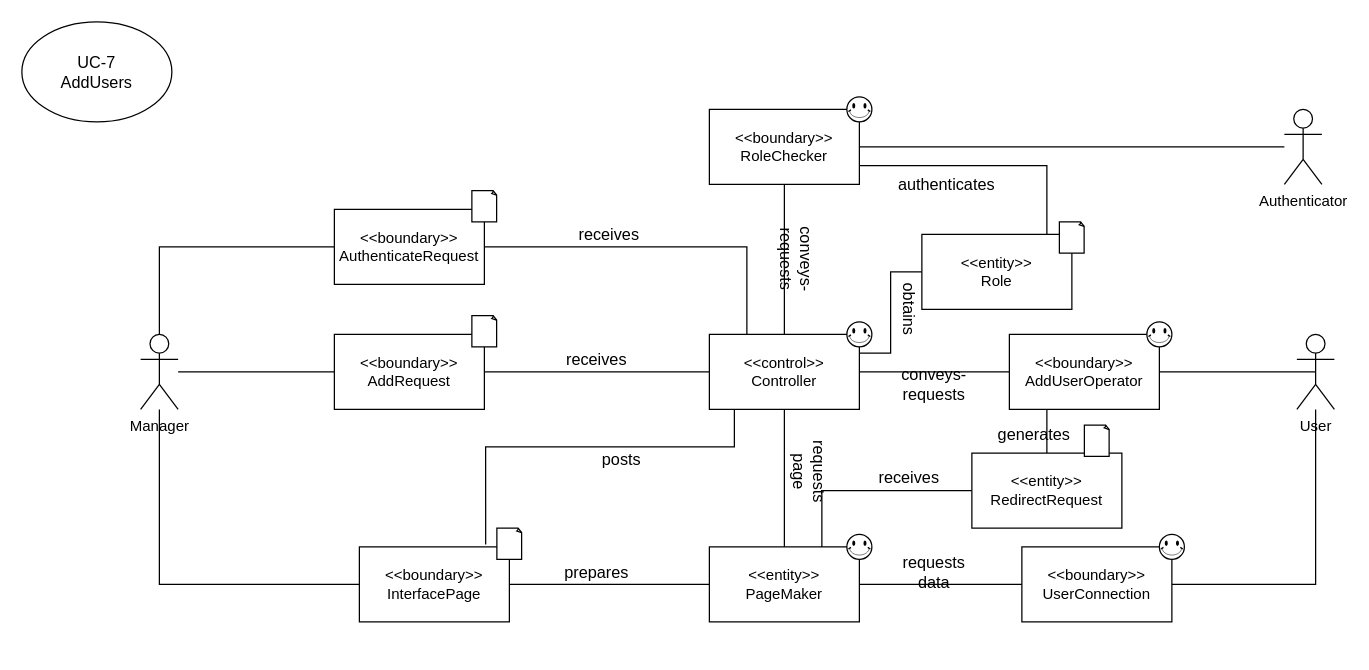
Before: docs/SubgroupB_management/domainmodel/d7 adduser.drawio in cau-sw-engineering-2021/online-pizza-ordering-system, a draw.io diagram. Source tidied: cells renumbered, new cells numbered last; positions are measured from the earlier drawing's top-left corner, leaving out a move shared by most shapes. Both pictures are drawn from the tidied source at 125%, with x=0, y=0 at pixel (21, 21).
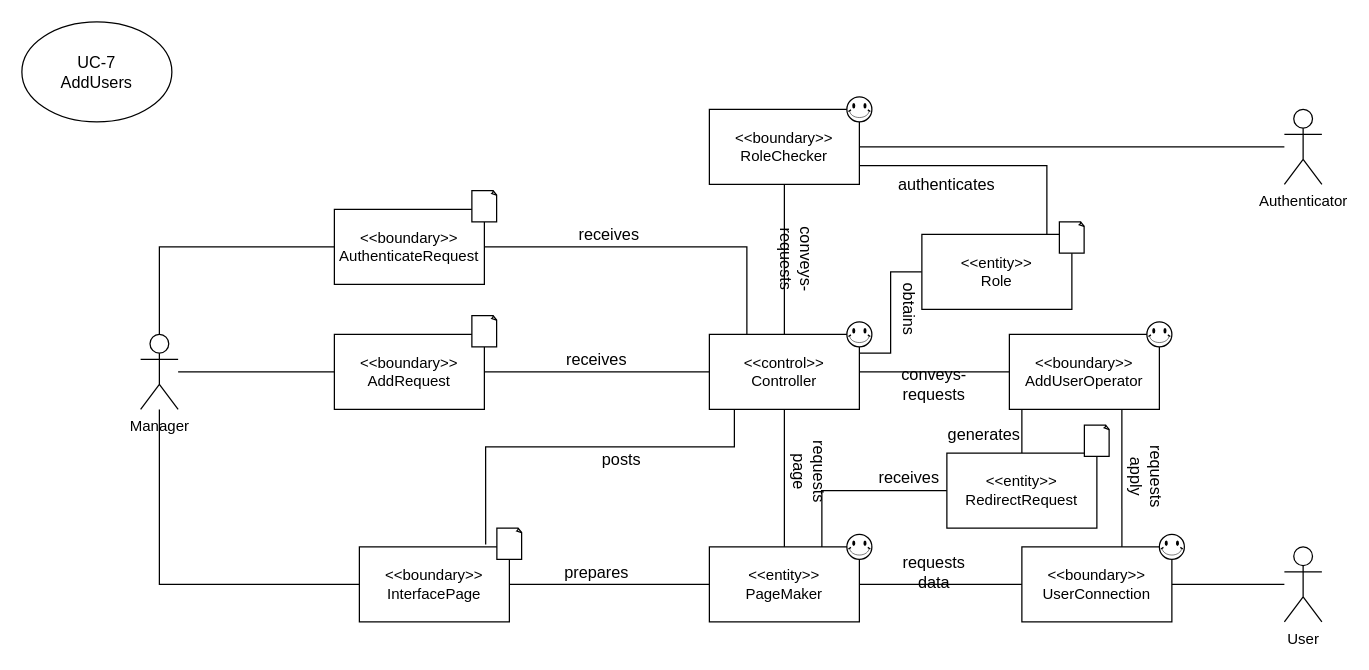
The same page after the edit.

The change refers to these unchanged cells:
```xml
<mxCell id="4" value="&amp;lt;&amp;lt;boundary&amp;gt;&amp;gt;&lt;br&gt;AddUserOperator" style="rounded=0;whiteSpace=wrap;html=1;" parent="1" vertex="1">
  <mxGeometry x="790" y="250" width="120" height="60" as="geometry" />
</mxCell>
<mxCell id="8" value="&amp;lt;&amp;lt;boundary&amp;gt;&amp;gt;&lt;br&gt;UserConnection" style="rounded=0;whiteSpace=wrap;html=1;" parent="1" vertex="1">
  <mxGeometry x="800" y="420" width="120" height="60" as="geometry" />
</mxCell>
```

What changed in the source:
```diff
@@
-    <mxCell id="2" style="edgeStyle=orthogonalEdgeStyle;rounded=0;jettySize=auto;html=1;entryX=0.5;entryY=0.5;entryDx=0;entryDy=0;entryPerimeter=0;endArrow=none;endFill=0;" parent="1" edge="1" source="4" target="30">
-      <mxGeometry relative="1" as="geometry" />
-    </mxCell>
     <mxCell id="3" style="edgeStyle=orthogonalEdgeStyle;rounded=0;jettySize=auto;html=1;exitX=0.25;exitY=1;exitDx=0;exitDy=0;entryX=0.5;entryY=0;entryDx=0;entryDy=0;endArrow=none;endFill=0;" parent="1" edge="1" source="4" target="52">
-      <mxGeometry relative="1" as="geometry" />
+      <mxGeometry relative="1" as="geometry">
+        <Array as="points">
+          <mxPoint x="800" y="310" />
+        </Array>
+      </mxGeometry>
     </mxCell>
+    <mxCell id="56" style="edgeStyle=orthogonalEdgeStyle;rounded=0;jettySize=auto;html=1;exitX=0.75;exitY=1;exitDx=0;exitDy=0;entryX=0.667;entryY=0.017;entryDx=0;entryDy=0;entryPerimeter=0;endArrow=none;endFill=0;" parent="1" edge="1" source="4" target="8">
+      <mxGeometry relative="1" as="geometry" />
+    </mxCell>
@@
     <mxCell id="30" value="User" style="shape=umlActor;verticalLabelPosition=bottom;verticalAlign=top;html=1;outlineConnect=0;" parent="1" vertex="1">
-      <mxGeometry x="1020" y="250" width="30" height="60" as="geometry" />
+      <mxGeometry x="1010" y="420" width="30" height="60" as="geometry" />
     </mxCell>
@@
     <mxCell id="52" value="&amp;lt;&amp;lt;entity&amp;gt;&amp;gt;&lt;br&gt;RedirectRequest" style="rounded=0;whiteSpace=wrap;html=1;" parent="1" vertex="1">
-      <mxGeometry x="760" y="345" width="120" height="60" as="geometry" />
+      <mxGeometry x="740" y="345" width="120" height="60" as="geometry" />
     </mxCell>
@@
     <mxCell id="54" value="generates" style="text;html=1;strokeColor=none;fillColor=none;align=center;verticalAlign=middle;whiteSpace=wrap;rounded=0;fontSize=13;" parent="1" vertex="1">
-      <mxGeometry x="790" y="320" width="40" height="20" as="geometry" />
+      <mxGeometry x="750" y="320" width="40" height="20" as="geometry" />
     </mxCell>
@@
+    <mxCell id="57" value="requests apply" style="text;html=1;strokeColor=none;fillColor=none;align=center;verticalAlign=middle;whiteSpace=wrap;rounded=0;fontSize=13;rotation=90;" parent="1" vertex="1">
+      <mxGeometry x="880" y="354" width="40" height="20" as="geometry" />
+    </mxCell>
```
